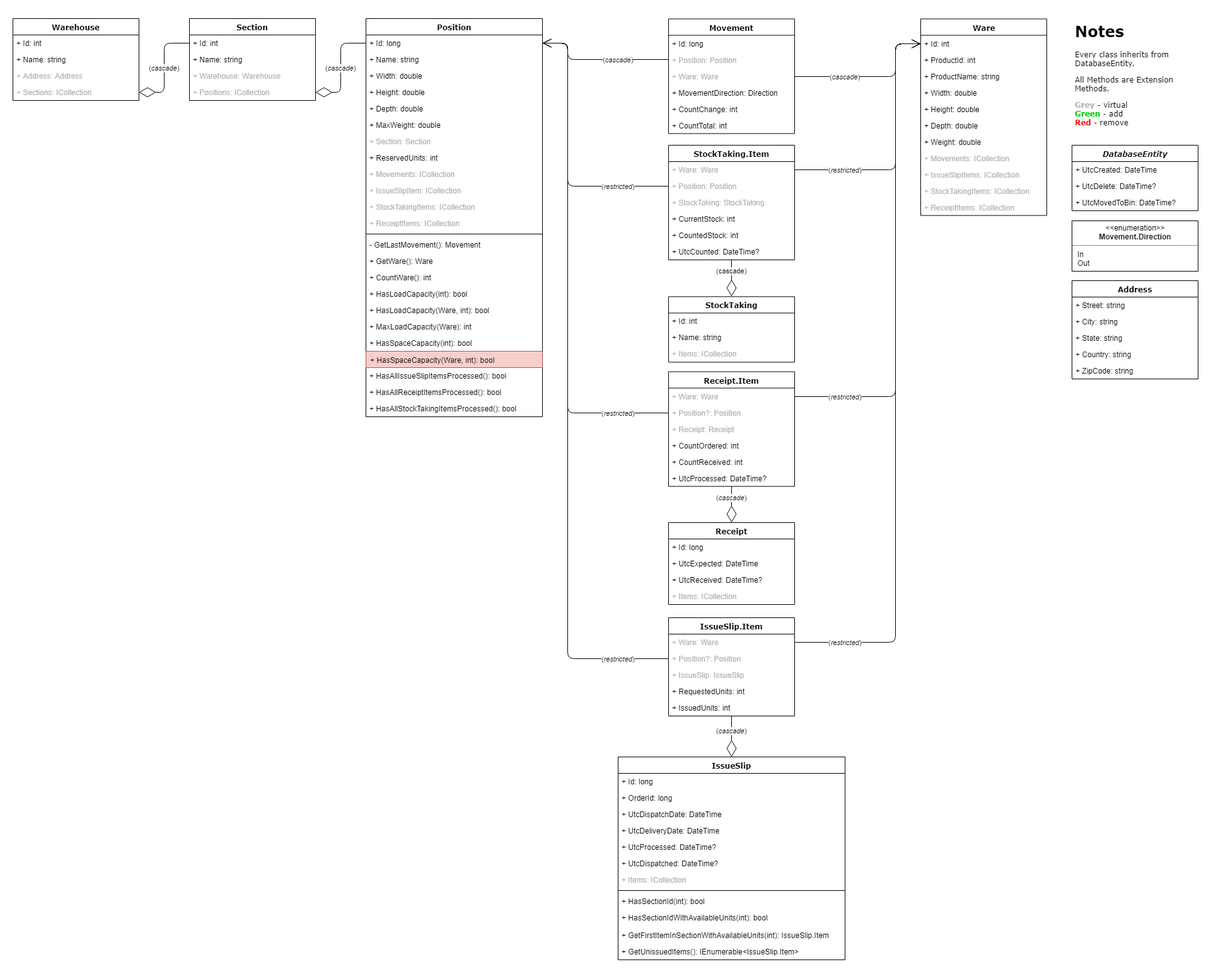
Earlier version of the draw.io export docs/Warehouse.Domain.Entities.png (nguyenhoangdat/ERP). Source tidied: cells renumbered, new cells last; positions are measured from the earlier drawing's top-left corner, leaving out a move shared by most shapes.
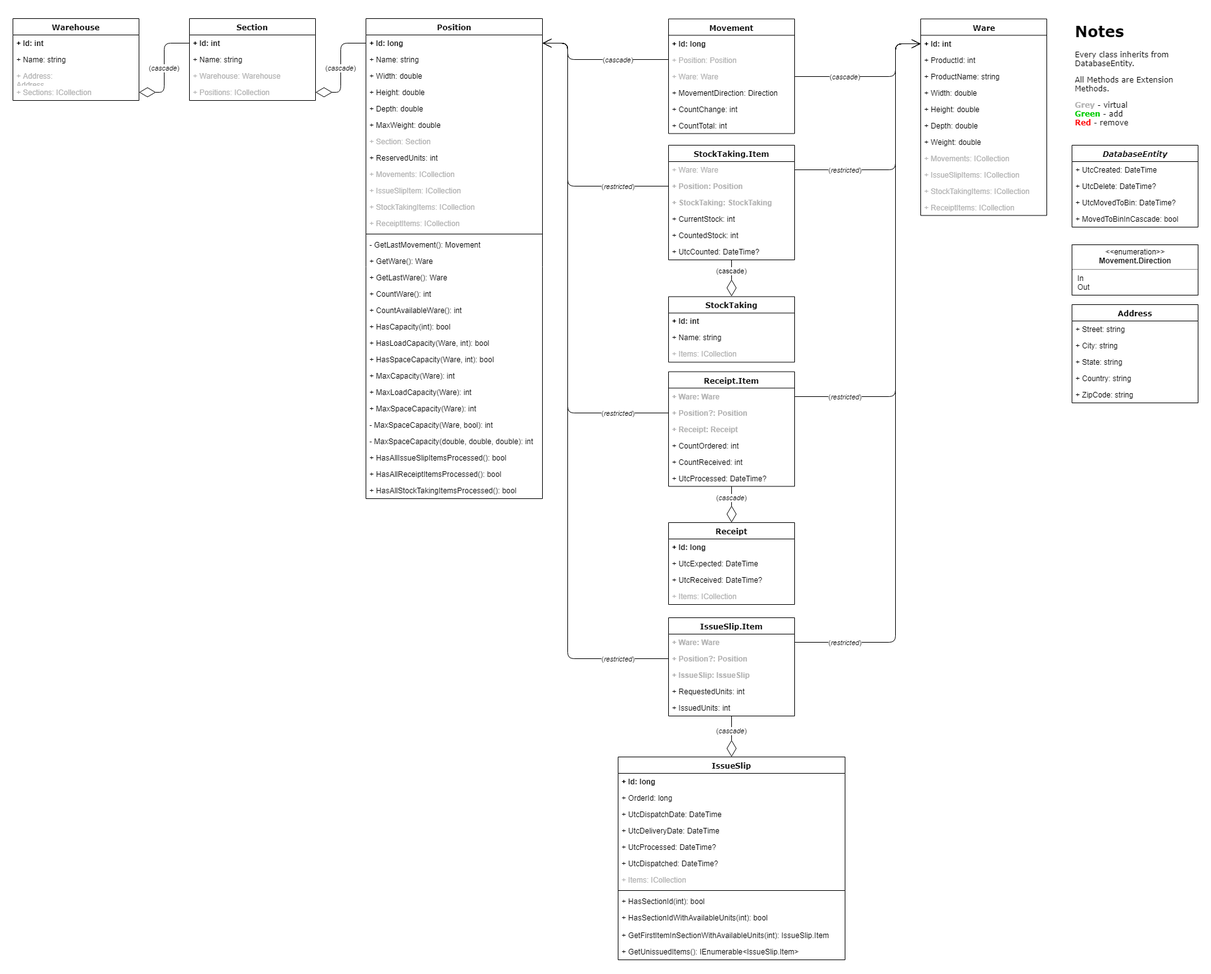
After the commit.

Change to the diagram source:
```diff
@@ -7,3 +7,3 @@
     </mxCell>
-    <mxCell id="3" value="+ Id: int" style="text;html=1;strokeColor=none;fillColor=none;align=left;verticalAlign=top;spacingLeft=4;spacingRight=4;whiteSpace=wrap;overflow=hidden;" parent="2" vertex="1">
+    <mxCell id="3" value="+ Id: int" style="text;html=1;strokeColor=none;fillColor=none;align=left;verticalAlign=top;spacingLeft=4;spacingRight=4;whiteSpace=wrap;overflow=hidden;fontStyle=1;" parent="2" vertex="1">
       <mxGeometry y="26" width="200" height="26" as="geometry" />
@@ -20,3 +20,3 @@
     <mxCell id="7" value="Address" style="swimlane;html=1;fontStyle=1;align=center;verticalAlign=top;horizontal=1;startSize=26;swimlaneFillColor=#ffffff;rounded=0;shadow=0;comic=0;labelBackgroundColor=none;strokeColor=#000000;strokeWidth=1;fillColor=#ffffff;fontFamily=Verdana;fontSize=12;swimlaneLine=1;" parent="1" vertex="1">
-      <mxGeometry x="1680" y="416" width="200" height="156" as="geometry" />
+      <mxGeometry x="1680" y="454" width="200" height="156" as="geometry" />
     </mxCell>
@@ -40,3 +40,3 @@
     </mxCell>
-    <mxCell id="14" value="+ Id: int" style="text;html=1;strokeColor=none;fillColor=none;align=left;verticalAlign=top;spacingLeft=4;spacingRight=4;whiteSpace=wrap;overflow=hidden;points=[[0,0.5],[1,0.5]];portConstraint=eastwest;" parent="13" vertex="1">
+    <mxCell id="14" value="+ Id: int" style="text;html=1;strokeColor=none;fillColor=none;align=left;verticalAlign=top;spacingLeft=4;spacingRight=4;whiteSpace=wrap;overflow=hidden;points=[[0,0.5],[1,0.5]];portConstraint=eastwest;fontStyle=1;" parent="13" vertex="1">
       <mxGeometry y="26" width="200" height="26" as="geometry" />
@@ -61,5 +61,5 @@
     <mxCell id="19" value="Position" style="swimlane;html=1;fontStyle=1;align=center;verticalAlign=top;horizontal=1;startSize=26;swimlaneFillColor=#ffffff;rounded=0;shadow=0;comic=0;labelBackgroundColor=none;strokeColor=#000000;strokeWidth=1;fillColor=#ffffff;fontFamily=Verdana;fontSize=12;fontColor=#000000;" parent="1" vertex="1">
-      <mxGeometry x="560" width="280" height="632" as="geometry" />
+      <mxGeometry x="560" width="280" height="762" as="geometry" />
     </mxCell>
-    <mxCell id="20" value="+ Id: long" style="text;html=1;strokeColor=none;fillColor=none;align=left;verticalAlign=top;spacingLeft=4;spacingRight=4;whiteSpace=wrap;overflow=hidden;points=[[0,0.5],[1,0.5]];portConstraint=eastwest;" parent="19" vertex="1">
+    <mxCell id="20" value="+ Id: long" style="text;html=1;strokeColor=none;fillColor=none;align=left;verticalAlign=top;spacingLeft=4;spacingRight=4;whiteSpace=wrap;overflow=hidden;points=[[0,0.5],[1,0.5]];portConstraint=eastwest;fontStyle=1;" parent="19" vertex="1">
       <mxGeometry y="26" width="280" height="26" as="geometry" />
@@ -108,28 +108,43 @@
     </mxCell>
+    <mxCell id="123" value="+ GetLastWare(): Ware" style="text;html=1;strokeColor=none;fillColor=none;align=left;verticalAlign=top;spacingLeft=4;spacingRight=4;whiteSpace=wrap;overflow=hidden;fontStyle=0;fontColor=#000000;" parent="19" vertex="1">
+      <mxGeometry y="398" width="280" height="26" as="geometry" />
+    </mxCell>
     <mxCell id="35" value="+ CountWare(): int" style="text;html=1;strokeColor=none;fillColor=none;align=left;verticalAlign=top;spacingLeft=4;spacingRight=4;whiteSpace=wrap;overflow=hidden;fontStyle=0;fontColor=#000000;" parent="19" vertex="1">
-      <mxGeometry y="398" width="280" height="26" as="geometry" />
+      <mxGeometry y="424" width="280" height="26" as="geometry" />
     </mxCell>
+    <mxCell id="124" value="+ CountAvailableWare(): int" style="text;html=1;strokeColor=none;fillColor=none;align=left;verticalAlign=top;spacingLeft=4;spacingRight=4;whiteSpace=wrap;overflow=hidden;fontStyle=0;fontColor=#000000;" parent="19" vertex="1">
+      <mxGeometry y="450" width="280" height="26" as="geometry" />
+    </mxCell>
-    <mxCell id="36" value="+ HasLoadCapacity(int): bool" style="text;html=1;strokeColor=none;fillColor=none;align=left;verticalAlign=top;spacingLeft=4;spacingRight=4;whiteSpace=wrap;overflow=hidden;fontStyle=0;fontColor=#000000;" parent="19" vertex="1">
-      <mxGeometry y="424" width="280" height="26" as="geometry" />
+    <mxCell id="36" value="+ HasCapacity(int): bool" style="text;html=1;strokeColor=none;fillColor=none;align=left;verticalAlign=top;spacingLeft=4;spacingRight=4;whiteSpace=wrap;overflow=hidden;fontStyle=0;fontColor=#000000;" parent="19" vertex="1">
+      <mxGeometry y="476" width="280" height="26" as="geometry" />
     </mxCell>
     <mxCell id="37" value="+ HasLoadCapacity(Ware, int): bool" style="text;html=1;strokeColor=none;fillColor=none;align=left;verticalAlign=top;spacingLeft=4;spacingRight=4;whiteSpace=wrap;overflow=hidden;fontStyle=0;fontColor=#000000;" parent="19" vertex="1">
-      <mxGeometry y="450" width="280" height="26" as="geometry" />
+      <mxGeometry y="502" width="280" height="26" as="geometry" />
     </mxCell>
+    <mxCell id="40" value="+ HasSpaceCapacity(Ware, int): bool" style="text;html=1;strokeColor=none;fillColor=none;align=left;verticalAlign=top;spacingLeft=4;spacingRight=4;whiteSpace=wrap;overflow=hidden;fontStyle=0;" parent="19" vertex="1">
+      <mxGeometry y="528" width="280" height="26" as="geometry" />
+    </mxCell>
-    <mxCell id="38" value="+ MaxLoadCapacity(Ware): int" style="text;html=1;strokeColor=none;fillColor=none;align=left;verticalAlign=top;spacingLeft=4;spacingRight=4;whiteSpace=wrap;overflow=hidden;fontStyle=0;fontColor=#000000;" parent="19" vertex="1">
-      <mxGeometry y="476" width="280" height="26" as="geometry" />
+    <mxCell id="38" value="+ MaxCapacity(Ware): int" style="text;html=1;strokeColor=none;fillColor=none;align=left;verticalAlign=top;spacingLeft=4;spacingRight=4;whiteSpace=wrap;overflow=hidden;fontStyle=0;fontColor=#000000;" parent="19" vertex="1">
+      <mxGeometry y="554" width="280" height="26" as="geometry" />
     </mxCell>
-    <mxCell id="39" value="+ HasSpaceCapacity(int): bool" style="text;html=1;strokeColor=none;fillColor=none;align=left;verticalAlign=top;spacingLeft=4;spacingRight=4;whiteSpace=wrap;overflow=hidden;fontStyle=0;fontColor=#000000;" parent="19" vertex="1">
-      <mxGeometry y="502" width="280" height="26" as="geometry" />
-    </mxCell>
-    <mxCell id="40" value="+ HasSpaceCapacity(Ware, int): bool" style="text;html=1;strokeColor=#b85450;fillColor=#f8cecc;align=left;verticalAlign=top;spacingLeft=4;spacingRight=4;whiteSpace=wrap;overflow=hidden;fontStyle=0;" parent="19" vertex="1">
-      <mxGeometry y="528" width="280" height="26" as="geometry" />
-    </mxCell>
+    <mxCell id="125" value="+ MaxLoadCapacity(Ware): int" style="text;html=1;strokeColor=none;fillColor=none;align=left;verticalAlign=top;spacingLeft=4;spacingRight=4;whiteSpace=wrap;overflow=hidden;fontStyle=0;fontColor=#000000;" parent="19" vertex="1">
+      <mxGeometry y="580" width="280" height="26" as="geometry" />
+    </mxCell>
+    <mxCell id="126" value="+ MaxSpaceCapacity(Ware): int" style="text;html=1;strokeColor=none;fillColor=none;align=left;verticalAlign=top;spacingLeft=4;spacingRight=4;whiteSpace=wrap;overflow=hidden;fontStyle=0;fontColor=#000000;" parent="19" vertex="1">
+      <mxGeometry y="606" width="280" height="26" as="geometry" />
+    </mxCell>
+    <mxCell id="127" value="- MaxSpaceCapacity(Ware, bool): int" style="text;html=1;strokeColor=none;fillColor=none;align=left;verticalAlign=top;spacingLeft=4;spacingRight=4;whiteSpace=wrap;overflow=hidden;fontStyle=0;fontColor=#000000;" parent="19" vertex="1">
+      <mxGeometry y="632" width="280" height="26" as="geometry" />
+    </mxCell>
+    <mxCell id="128" value="- MaxSpaceCapacity(double, double, double): int" style="text;html=1;strokeColor=none;fillColor=none;align=left;verticalAlign=top;spacingLeft=4;spacingRight=4;whiteSpace=wrap;overflow=hidden;fontStyle=0;fontColor=#000000;" parent="19" vertex="1">
+      <mxGeometry y="658" width="280" height="26" as="geometry" />
+    </mxCell>
     <mxCell id="41" value="+ HasAllIssueSlipItemsProcessed(): bool" style="text;html=1;strokeColor=none;fillColor=none;align=left;verticalAlign=top;spacingLeft=4;spacingRight=4;whiteSpace=wrap;overflow=hidden;fontStyle=0;fontColor=#000000;" parent="19" vertex="1">
-      <mxGeometry y="554" width="280" height="26" as="geometry" />
+      <mxGeometry y="684" width="280" height="26" as="geometry" />
     </mxCell>
     <mxCell id="42" value="+ HasAllReceiptItemsProcessed(): bool" style="text;html=1;strokeColor=none;fillColor=none;align=left;verticalAlign=top;spacingLeft=4;spacingRight=4;whiteSpace=wrap;overflow=hidden;fontStyle=0;fontColor=#000000;" parent="19" vertex="1">
-      <mxGeometry y="580" width="280" height="26" as="geometry" />
+      <mxGeometry y="710" width="280" height="26" as="geometry" />
     </mxCell>
     <mxCell id="43" value="+ HasAllStockTakingItemsProcessed(): bool" style="text;html=1;strokeColor=none;fillColor=none;align=left;verticalAlign=top;spacingLeft=4;spacingRight=4;whiteSpace=wrap;overflow=hidden;fontStyle=0;fontColor=#000000;" parent="19" vertex="1">
-      <mxGeometry y="606" width="280" height="26" as="geometry" />
+      <mxGeometry y="736" width="280" height="26" as="geometry" />
     </mxCell>
@@ -146,3 +161,3 @@
     </mxCell>
-    <mxCell id="46" value="+ Id: long" style="text;html=1;strokeColor=none;fillColor=none;align=left;verticalAlign=top;spacingLeft=4;spacingRight=4;whiteSpace=wrap;overflow=hidden;" parent="45" vertex="1">
+    <mxCell id="46" value="+ Id: long" style="text;html=1;strokeColor=none;fillColor=none;align=left;verticalAlign=top;spacingLeft=4;spacingRight=4;whiteSpace=wrap;overflow=hidden;fontStyle=1;" parent="45" vertex="1">
       <mxGeometry y="26" width="200" height="26" as="geometry" />
@@ -167,3 +182,3 @@
     </mxCell>
-    <mxCell id="53" value="+ Id: int" style="text;html=1;strokeColor=none;fillColor=none;align=left;verticalAlign=top;spacingLeft=4;spacingRight=4;whiteSpace=wrap;overflow=hidden;points=[[0,0.5],[1,0.5]];portConstraint=eastwest;" parent="52" vertex="1">
+    <mxCell id="53" value="+ Id: int" style="text;html=1;strokeColor=none;fillColor=none;align=left;verticalAlign=top;spacingLeft=4;spacingRight=4;whiteSpace=wrap;overflow=hidden;points=[[0,0.5],[1,0.5]];portConstraint=eastwest;fontStyle=1;" parent="52" vertex="1">
       <mxGeometry y="26" width="200" height="26" as="geometry" />
@@ -217,3 +232,3 @@
     <mxCell id="66" value="&lt;p style=&quot;margin: 0px ; margin-top: 4px ; text-align: center&quot;&gt;&amp;lt;&amp;lt;enumeration&amp;gt;&amp;gt;&lt;br&gt;&lt;span&gt;&lt;b&gt;Movement.Direction&lt;/b&gt;&lt;/span&gt;&lt;br&gt;&lt;/p&gt;&lt;hr&gt;&lt;p style=&quot;margin: 0px ; margin-left: 8px ; text-align: left&quot;&gt;In&lt;/p&gt;&lt;p style=&quot;margin: 0px ; margin-left: 8px ; text-align: left&quot;&gt;Out&lt;/p&gt;" style="shape=rect;html=1;overflow=fill;whiteSpace=wrap;rounded=0;shadow=0;glass=0;comic=0;strokeColor=#000000;fillColor=#ffffff;" parent="1" vertex="1">
-      <mxGeometry x="1680" y="321" width="200" height="80" as="geometry" />
+      <mxGeometry x="1680" y="359" width="200" height="80" as="geometry" />
     </mxCell>
@@ -223,3 +238,3 @@
     <mxCell id="68" value="&lt;i&gt;DatabaseEntity&lt;/i&gt;" style="swimlane;html=1;fontStyle=1;align=center;verticalAlign=top;horizontal=1;startSize=26;swimlaneFillColor=#ffffff;rounded=0;shadow=0;comic=0;labelBackgroundColor=none;strokeColor=#000000;strokeWidth=1;fillColor=#ffffff;fontFamily=Verdana;fontSize=12;" parent="1" vertex="1">
-      <mxGeometry x="1680" y="201" width="200" height="104" as="geometry" />
+      <mxGeometry x="1680" y="201" width="200" height="130" as="geometry" />
     </mxCell>
@@ -234,2 +249,5 @@
     </mxCell>
+    <mxCell id="129" value="+ MovedToBinInCascade: bool" style="text;html=1;strokeColor=none;fillColor=none;align=left;verticalAlign=top;spacingLeft=4;spacingRight=4;whiteSpace=wrap;overflow=hidden;" parent="68" vertex="1">
+      <mxGeometry y="104" width="200" height="26" as="geometry" />
+    </mxCell>
     <mxCell id="72" value="StockTaking.Item" style="swimlane;fontStyle=1;align=center;verticalAlign=top;horizontal=1;startSize=26;labelBackgroundColor=none;fontFamily=Verdana;swimlaneFillColor=#ffffff;fillColor=#ffffff;strokeColor=#000000;" parent="1" vertex="1">
@@ -240,6 +258,6 @@
     </mxCell>
-    <mxCell id="74" value="+ Position: Position" style="text;html=1;strokeColor=none;fillColor=none;align=left;verticalAlign=top;spacingLeft=4;spacingRight=4;whiteSpace=wrap;overflow=hidden;points=[[0,0.5],[1,0.5]];portConstraint=eastwest;fontStyle=0;labelBackgroundColor=none;fontColor=#B3B3B3;" parent="72" vertex="1">
+    <mxCell id="74" value="+ Position: Position" style="text;html=1;strokeColor=none;fillColor=none;align=left;verticalAlign=top;spacingLeft=4;spacingRight=4;whiteSpace=wrap;overflow=hidden;points=[[0,0.5],[1,0.5]];portConstraint=eastwest;fontStyle=1;labelBackgroundColor=none;fontColor=#B3B3B3;" parent="72" vertex="1">
       <mxGeometry y="52" width="200" height="26" as="geometry" />
     </mxCell>
-    <mxCell id="75" value="+ StockTaking: StockTaking" style="text;strokeColor=none;fillColor=none;align=left;verticalAlign=top;spacingLeft=4;spacingRight=4;overflow=hidden;fontColor=#B3B3B3;" parent="72" vertex="1">
+    <mxCell id="75" value="+ StockTaking: StockTaking" style="text;strokeColor=none;fillColor=none;align=left;verticalAlign=top;spacingLeft=4;spacingRight=4;overflow=hidden;fontColor=#B3B3B3;fontStyle=1;" parent="72" vertex="1">
       <mxGeometry y="78" width="200" height="26" as="geometry" />
@@ -258,3 +276,3 @@
     </mxCell>
-    <mxCell id="80" value="+ Id: int" style="text;strokeColor=none;fillColor=none;align=left;verticalAlign=top;spacingLeft=4;spacingRight=4;overflow=hidden;" parent="79" vertex="1">
+    <mxCell id="80" value="+ Id: int" style="text;strokeColor=none;fillColor=none;align=left;verticalAlign=top;spacingLeft=4;spacingRight=4;overflow=hidden;fontStyle=1;" parent="79" vertex="1">
       <mxGeometry y="26" width="200" height="26" as="geometry" />
@@ -278,9 +296,9 @@
     </mxCell>
-    <mxCell id="85" value="+ Ware: Ware" style="text;html=1;strokeColor=none;fillColor=none;align=left;verticalAlign=top;spacingLeft=4;spacingRight=4;whiteSpace=wrap;overflow=hidden;points=[[0,0.5],[1,0.5]];portConstraint=eastwest;fontStyle=0;labelBackgroundColor=none;fontColor=#B3B3B3;" parent="84" vertex="1">
+    <mxCell id="85" value="+ Ware: Ware" style="text;html=1;strokeColor=none;fillColor=none;align=left;verticalAlign=top;spacingLeft=4;spacingRight=4;whiteSpace=wrap;overflow=hidden;points=[[0,0.5],[1,0.5]];portConstraint=eastwest;fontStyle=1;labelBackgroundColor=none;fontColor=#B3B3B3;" parent="84" vertex="1">
       <mxGeometry y="26" width="200" height="26" as="geometry" />
     </mxCell>
-    <mxCell id="86" value="+ Position?: Position" style="text;html=1;strokeColor=none;fillColor=none;align=left;verticalAlign=top;spacingLeft=4;spacingRight=4;whiteSpace=wrap;overflow=hidden;points=[[0,0.5],[1,0.5]];portConstraint=eastwest;fontStyle=0;labelBackgroundColor=none;fontColor=#B3B3B3;" parent="84" vertex="1">
+    <mxCell id="86" value="+ Position?: Position" style="text;html=1;strokeColor=none;fillColor=none;align=left;verticalAlign=top;spacingLeft=4;spacingRight=4;whiteSpace=wrap;overflow=hidden;points=[[0,0.5],[1,0.5]];portConstraint=eastwest;fontStyle=1;labelBackgroundColor=none;fontColor=#B3B3B3;" parent="84" vertex="1">
       <mxGeometry y="52" width="200" height="26" as="geometry" />
     </mxCell>
-    <mxCell id="87" value="+ IssueSlip: IssueSlip" style="text;strokeColor=none;fillColor=none;align=left;verticalAlign=top;spacingLeft=4;spacingRight=4;overflow=hidden;fontColor=#B3B3B3;html=1;whiteSpace=wrap;" parent="84" vertex="1">
+    <mxCell id="87" value="+ IssueSlip: IssueSlip" style="text;strokeColor=none;fillColor=none;align=left;verticalAlign=top;spacingLeft=4;spacingRight=4;overflow=hidden;fontColor=#B3B3B3;html=1;whiteSpace=wrap;fontStyle=1;" parent="84" vertex="1">
       <mxGeometry y="78" width="200" height="26" as="geometry" />
@@ -296,3 +314,3 @@
     </mxCell>
-    <mxCell id="91" value="+ Id: long" style="text;strokeColor=none;fillColor=none;align=left;verticalAlign=top;spacingLeft=4;spacingRight=4;overflow=hidden;" parent="90" vertex="1">
+    <mxCell id="91" value="+ Id: long" style="text;strokeColor=none;fillColor=none;align=left;verticalAlign=top;spacingLeft=4;spacingRight=4;overflow=hidden;fontStyle=1;" parent="90" vertex="1">
       <mxGeometry y="26" width="360" height="26" as="geometry" />
@@ -338,9 +356,9 @@
     </mxCell>
-    <mxCell id="105" value="+ Ware: Ware" style="text;html=1;strokeColor=none;fillColor=none;align=left;verticalAlign=top;spacingLeft=4;spacingRight=4;whiteSpace=wrap;overflow=hidden;points=[[0,0.5],[1,0.5]];portConstraint=eastwest;fontStyle=0;labelBackgroundColor=none;fontColor=#B3B3B3;" parent="104" vertex="1">
+    <mxCell id="105" value="+ Ware: Ware" style="text;html=1;strokeColor=none;fillColor=none;align=left;verticalAlign=top;spacingLeft=4;spacingRight=4;whiteSpace=wrap;overflow=hidden;points=[[0,0.5],[1,0.5]];portConstraint=eastwest;fontStyle=1;labelBackgroundColor=none;fontColor=#B3B3B3;" parent="104" vertex="1">
       <mxGeometry y="26" width="200" height="26" as="geometry" />
     </mxCell>
-    <mxCell id="106" value="+ Position?: Position" style="text;html=1;strokeColor=none;fillColor=none;align=left;verticalAlign=top;spacingLeft=4;spacingRight=4;whiteSpace=wrap;overflow=hidden;points=[[0,0.5],[1,0.5]];portConstraint=eastwest;fontStyle=0;labelBackgroundColor=none;fontColor=#B3B3B3;" parent="104" vertex="1">
+    <mxCell id="106" value="+ Position?: Position" style="text;html=1;strokeColor=none;fillColor=none;align=left;verticalAlign=top;spacingLeft=4;spacingRight=4;whiteSpace=wrap;overflow=hidden;points=[[0,0.5],[1,0.5]];portConstraint=eastwest;fontStyle=1;labelBackgroundColor=none;fontColor=#B3B3B3;" parent="104" vertex="1">
       <mxGeometry y="52" width="200" height="26" as="geometry" />
     </mxCell>
-    <mxCell id="107" value="+ Receipt: Receipt" style="text;strokeColor=none;fillColor=none;align=left;verticalAlign=top;spacingLeft=4;spacingRight=4;overflow=hidden;fontColor=#B3B3B3;" parent="104" vertex="1">
+    <mxCell id="107" value="+ Receipt: Receipt" style="text;strokeColor=none;fillColor=none;align=left;verticalAlign=top;spacingLeft=4;spacingRight=4;overflow=hidden;fontColor=#B3B3B3;fontStyle=1;" parent="104" vertex="1">
       <mxGeometry y="78" width="200" height="26" as="geometry" />
@@ -359,3 +377,3 @@
     </mxCell>
-    <mxCell id="112" value="+ Id: long" style="text;strokeColor=none;fillColor=none;align=left;verticalAlign=top;spacingLeft=4;spacingRight=4;overflow=hidden;" parent="111" vertex="1">
+    <mxCell id="112" value="+ Id: long" style="text;strokeColor=none;fillColor=none;align=left;verticalAlign=top;spacingLeft=4;spacingRight=4;overflow=hidden;fontStyle=1;" parent="111" vertex="1">
       <mxGeometry y="26" width="200" height="26" as="geometry" />
```
